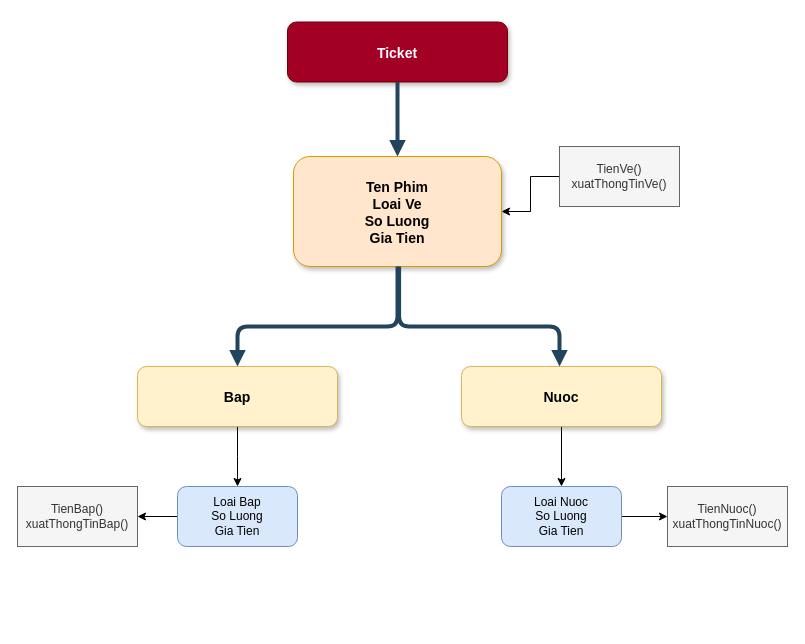
The draw.io diagram Biểu đồ không có tiêu đề.drawio in HoangLongg17/Long-sWebsite, before the edit. Source tidied: cells renumbered, new cells numbered last; positions are measured from the earlier drawing's top-left corner, leaving out a move shared by most shapes. Both pictures are drawn from the tidied source at 100%, with x=0, y=0 at pixel (17, 22).
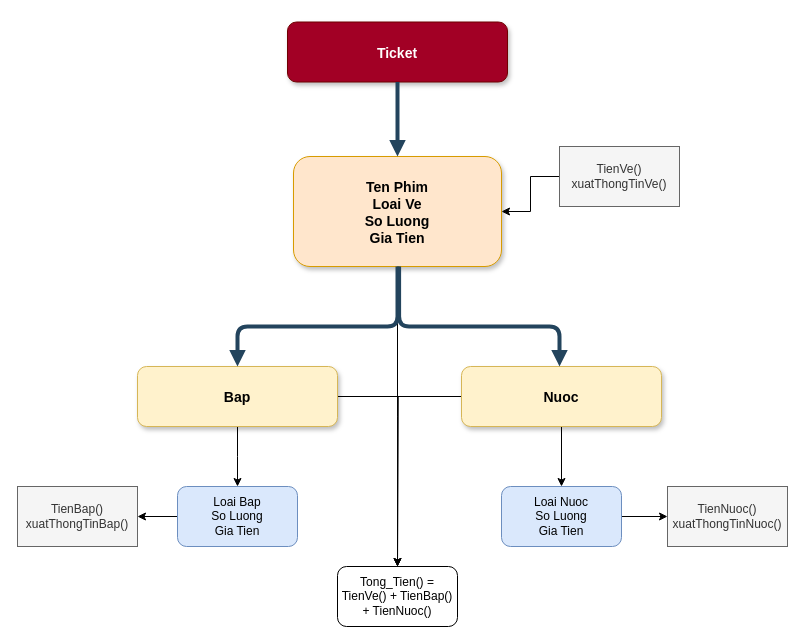
The same diagram, later.

The change refers to these unchanged cells:
```xml
<mxCell id="3" value="Ten Phim&#10;Loai Ve&#10;So Luong&#10;Gia Tien" style="rounded=1;fillColor=#ffe6cc;strokeColor=#d79b00;shadow=1;fontStyle=1;fontSize=14;" parent="1" vertex="1">
  <mxGeometry x="276" y="134" width="208" height="110" as="geometry" />
</mxCell>
<mxCell id="5" value="Bap" style="rounded=1;fillColor=#fff2cc;strokeColor=#d6b656;shadow=1;fontStyle=1;fontSize=14;" parent="1" vertex="1">
  <mxGeometry x="120" y="344" width="200" height="60" as="geometry" />
</mxCell>
<mxCell id="7" value="Nuoc" style="rounded=1;fillColor=#fff2cc;strokeColor=#d6b656;shadow=1;fontStyle=1;fontSize=14;" parent="1" vertex="1">
  <mxGeometry x="444" y="344" width="200" height="60" as="geometry" />
</mxCell>
```

What changed in the source:
```diff
@@
+    <mxCell id="20" style="edgeStyle=orthogonalEdgeStyle;rounded=0;jettySize=auto;html=1;exitX=0.5;exitY=1;exitDx=0;exitDy=0;" parent="1" edge="1" source="3">
+      <mxGeometry relative="1" as="geometry">
+        <mxPoint x="380" y="544" as="targetPoint" />
+      </mxGeometry>
+    </mxCell>
@@
+    <mxCell id="21" style="edgeStyle=orthogonalEdgeStyle;rounded=0;jettySize=auto;html=1;" parent="1" edge="1" source="5">
+      <mxGeometry relative="1" as="geometry">
+        <mxPoint x="380" y="544" as="targetPoint" />
+      </mxGeometry>
+    </mxCell>
@@
+    <mxCell id="22" style="edgeStyle=orthogonalEdgeStyle;rounded=0;jettySize=auto;html=1;" parent="1" edge="1" source="7">
+      <mxGeometry relative="1" as="geometry">
+        <mxPoint x="380" y="544" as="targetPoint" />
+      </mxGeometry>
+    </mxCell>
@@
+    <mxCell id="23" value="Tong_Tien() = TienVe() + TienBap() + TienNuoc()" style="rounded=1;whiteSpace=wrap;html=1;" parent="1" vertex="1">
+      <mxGeometry x="320" y="544" width="120" height="60" as="geometry" />
+    </mxCell>
```
